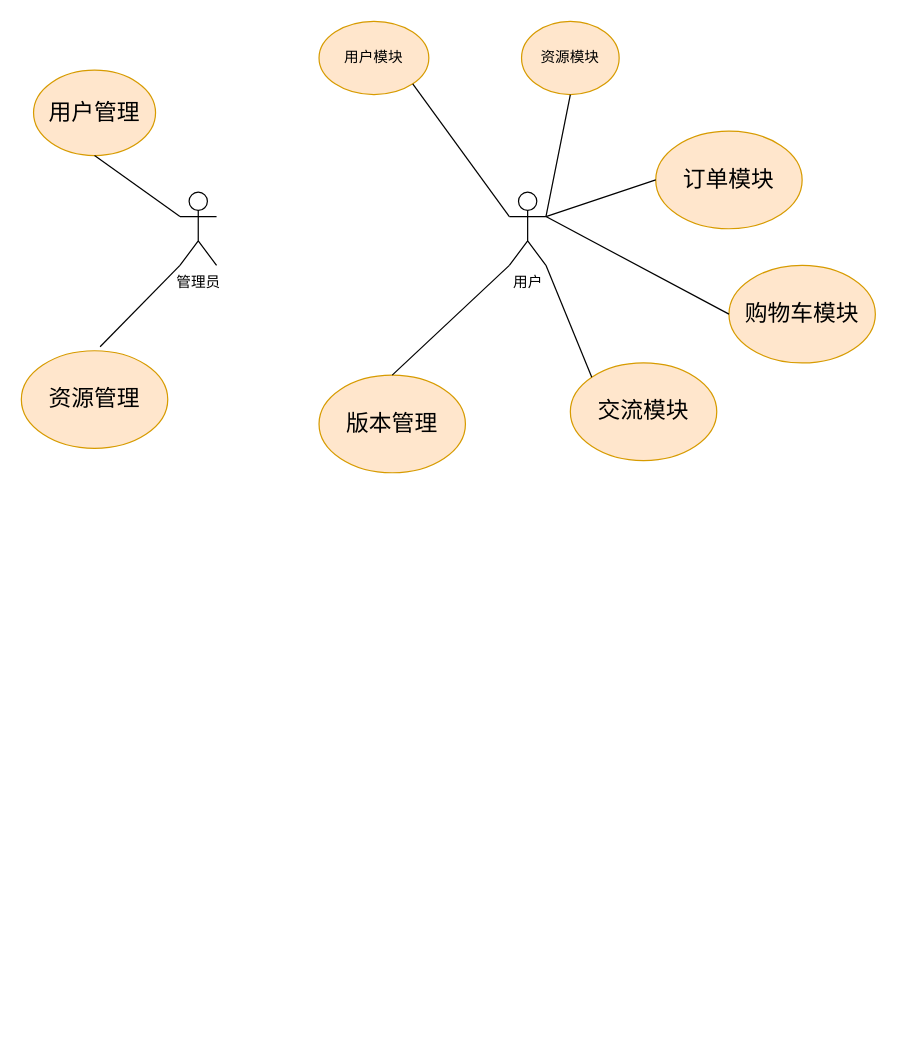
Earlier version of the draw.io diagram 毕设/资源共享-用例图.drawio (xiaoguokf/draw.io). Source tidied: cells renumbered, new cells numbered last; positions are measured from the earlier drawing's top-left corner, leaving out a move shared by most shapes. Both pictures are drawn from the tidied source at 122%, with x=0, y=0 at pixel (21, 21).
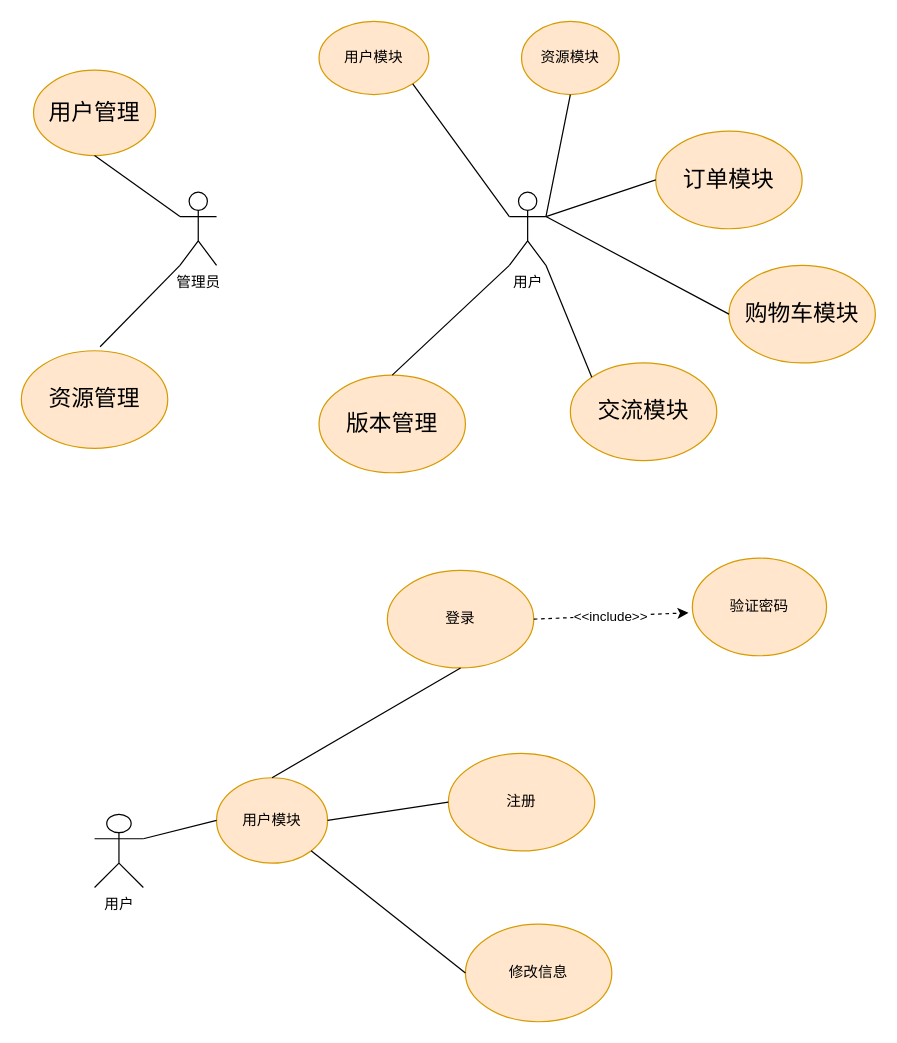
The same page after the edit.

Commit message (it also covers changes not shown here):
更新资源共享-用例图.drawio

Change to the diagram source:
```diff
@@
+    <mxCell id="20" value="用户" style="shape=umlActor;verticalLabelPosition=bottom;verticalAlign=top;html=1;outlineConnect=0;" parent="1" vertex="1">
+      <mxGeometry x="60" y="650" width="40" height="60" as="geometry" />
+    </mxCell>
+    <mxCell id="21" value="用户模块" style="ellipse;whiteSpace=wrap;html=1;fillColor=#ffe6cc;strokeColor=#d79b00;" parent="1" vertex="1">
+      <mxGeometry x="160" y="620" width="91" height="70" as="geometry" />
+    </mxCell>
+    <mxCell id="22" value="登录" style="ellipse;whiteSpace=wrap;html=1;fillColor=#ffe6cc;strokeColor=#d79b00;" parent="1" vertex="1">
+      <mxGeometry x="300" y="450" width="120" height="80" as="geometry" />
+    </mxCell>
+    <mxCell id="23" value="注册" style="ellipse;whiteSpace=wrap;html=1;fillColor=#ffe6cc;strokeColor=#d79b00;" parent="1" vertex="1">
+      <mxGeometry x="350" y="600" width="120" height="80" as="geometry" />
+    </mxCell>
+    <mxCell id="24" value="修改信息" style="ellipse;whiteSpace=wrap;html=1;fillColor=#ffe6cc;strokeColor=#d79b00;" parent="1" vertex="1">
+      <mxGeometry x="364" y="740" width="120" height="80" as="geometry" />
+    </mxCell>
+    <mxCell id="25" style="endArrow=none;html=1;rounded=0;exitX=0.5;exitY=0;exitDx=0;exitDy=0;entryX=0.5;entryY=1;entryDx=0;entryDy=0;" parent="1" edge="1" source="21" target="22">
+      <mxGeometry relative="1" as="geometry" />
+    </mxCell>
+    <mxCell id="26" style="endArrow=none;html=1;rounded=0;exitX=1;exitY=0.5;exitDx=0;exitDy=0;entryX=0;entryY=0.5;entryDx=0;entryDy=0;" parent="1" edge="1" source="21" target="23">
+      <mxGeometry relative="1" as="geometry" />
+    </mxCell>
+    <mxCell id="27" style="endArrow=none;html=1;rounded=0;exitX=0;exitY=0.5;exitDx=0;exitDy=0;entryX=1;entryY=1;entryDx=0;entryDy=0;" parent="1" edge="1" source="24" target="21">
+      <mxGeometry relative="1" as="geometry" />
+    </mxCell>
+    <mxCell id="28" style="endArrow=none;html=1;rounded=0;exitX=1;exitY=0.3333333333333333;exitDx=0;exitDy=0;exitPerimeter=0;entryX=0;entryY=0.5;entryDx=0;entryDy=0;" parent="1" edge="1" source="20" target="21">
+      <mxGeometry relative="1" as="geometry" />
+    </mxCell>
+    <mxCell id="29" value="验证密码" style="ellipse;whiteSpace=wrap;html=1;fillColor=#ffe6cc;strokeColor=#d79b00;" parent="1" vertex="1">
+      <mxGeometry x="550" y="440" width="110" height="80" as="geometry" />
+    </mxCell>
+    <mxCell id="30" style="endArrow=classic;html=1;rounded=0;exitX=1;exitY=0.5;exitDx=0;exitDy=0;entryX=-0.029;entryY=0.56;entryDx=0;entryDy=0;entryPerimeter=0;dashed=1;" parent="1" edge="1" source="22" target="29">
+      <mxGeometry relative="1" as="geometry" />
+    </mxCell>
+    <mxCell id="31" value="&amp;lt;&amp;lt;include&amp;gt;&amp;gt;" style="edgeLabel;html=1;align=center;verticalAlign=middle;" parent="30" vertex="1">
+      <mxGeometry relative="1" as="geometry" />
+    </mxCell>
```
